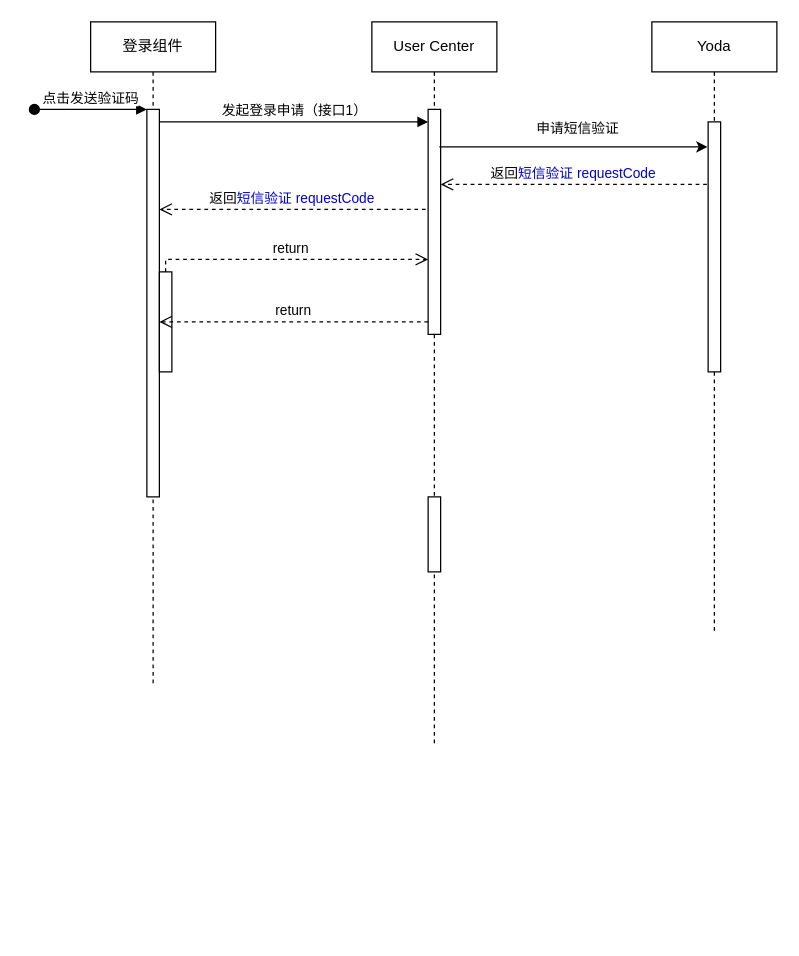
Above: src/未命名绘图.drawio in zhengjiaqi/draw (draw.io), before the change. Source tidied: cells renumbered, new cells numbered last; positions are measured from the earlier drawing's top-left corner, leaving out a move shared by most shapes. Both pictures are drawn from the tidied source at 125%, with x=0, y=0 at pixel (34, 21).
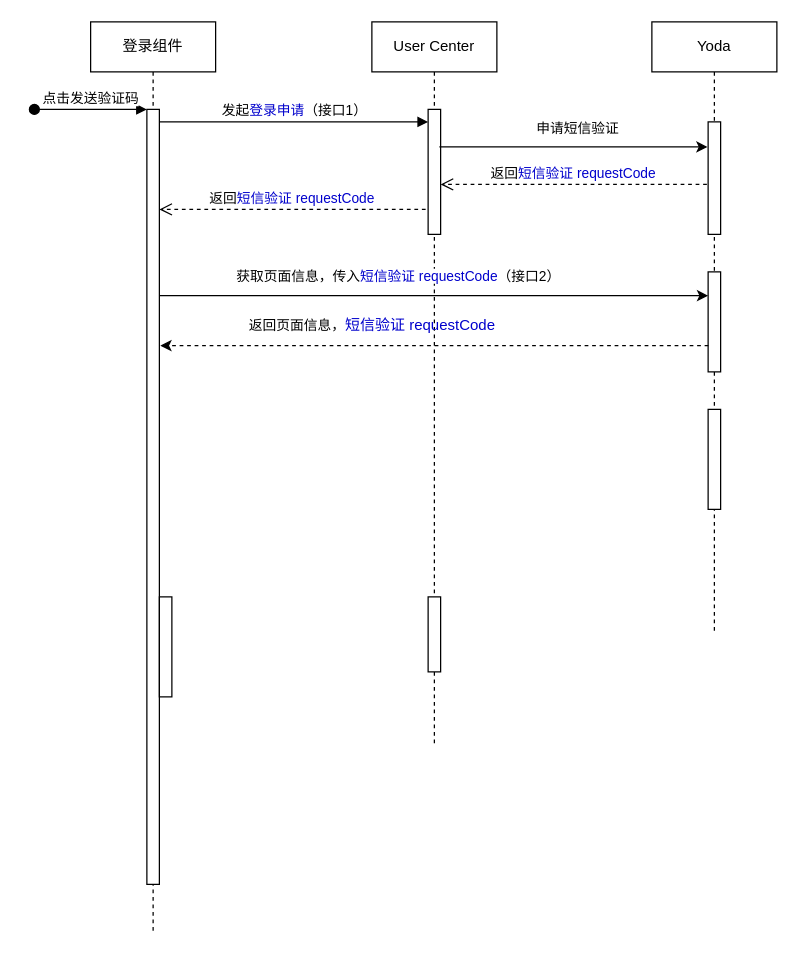
After the change.

Commit message:
更新未命名绘图.drawio

Unchanged cells that the change refers to:
```xml
<mxCell id="6" value="User Center" style="shape=umlLifeline;perimeter=lifelinePerimeter;whiteSpace=wrap;html=1;newEdgeStyle={&quot;edgeStyle&quot;:&quot;elbowEdgeStyle&quot;,&quot;elbow&quot;:&quot;vertical&quot;,&quot;curved&quot;:0,&quot;rounded&quot;:0};" parent="1" vertex="1">
  <mxGeometry x="270" width="100" height="580" as="geometry" />
</mxCell>
<mxCell id="12" value="Yoda" style="shape=umlLifeline;perimeter=lifelinePerimeter;whiteSpace=wrap;html=1;newEdgeStyle={&quot;edgeStyle&quot;:&quot;elbowEdgeStyle&quot;,&quot;elbow&quot;:&quot;vertical&quot;,&quot;curved&quot;:0,&quot;rounded&quot;:0};" parent="1" vertex="1">
  <mxGeometry x="494" width="100" height="490" as="geometry" />
</mxCell>
```

Change to the diagram source:
```diff
@@
     <mxCell id="2" value="登录组件" style="shape=umlLifeline;perimeter=lifelinePerimeter;whiteSpace=wrap;html=1;newEdgeStyle={&quot;edgeStyle&quot;:&quot;elbowEdgeStyle&quot;,&quot;elbow&quot;:&quot;vertical&quot;,&quot;curved&quot;:0,&quot;rounded&quot;:0};" parent="1" vertex="1">
-      <mxGeometry x="45" width="100" height="530" as="geometry" />
+      <mxGeometry x="45" width="100" height="730" as="geometry" />
     </mxCell>
     <mxCell id="3" style="html=1;points=[];perimeter=orthogonalPerimeter;outlineConnect=0;targetShapes=umlLifeline;portConstraint=eastwest;newEdgeStyle={&quot;edgeStyle&quot;:&quot;elbowEdgeStyle&quot;,&quot;elbow&quot;:&quot;vertical&quot;,&quot;curved&quot;:0,&quot;rounded&quot;:0};" parent="2" vertex="1">
-      <mxGeometry x="45" y="70" width="10" height="310" as="geometry" />
+      <mxGeometry x="45" y="70" width="10" height="620" as="geometry" />
     </mxCell>
@@
     <mxCell id="5" style="html=1;points=[];perimeter=orthogonalPerimeter;outlineConnect=0;targetShapes=umlLifeline;portConstraint=eastwest;newEdgeStyle={&quot;edgeStyle&quot;:&quot;elbowEdgeStyle&quot;,&quot;elbow&quot;:&quot;vertical&quot;,&quot;curved&quot;:0,&quot;rounded&quot;:0};" parent="2" vertex="1">
-      <mxGeometry x="55" y="200" width="10" height="80" as="geometry" />
+      <mxGeometry x="55" y="460" width="10" height="80" as="geometry" />
     </mxCell>
@@
     <mxCell id="7" style="html=1;points=[];perimeter=orthogonalPerimeter;outlineConnect=0;targetShapes=umlLifeline;portConstraint=eastwest;newEdgeStyle={&quot;edgeStyle&quot;:&quot;elbowEdgeStyle&quot;,&quot;elbow&quot;:&quot;vertical&quot;,&quot;curved&quot;:0,&quot;rounded&quot;:0};" parent="6" vertex="1">
-      <mxGeometry x="45" y="70" width="10" height="180" as="geometry" />
+      <mxGeometry x="45" y="70" width="10" height="100" as="geometry" />
     </mxCell>
     <mxCell id="8" style="html=1;perimeter=orthogonalPerimeter;targetShapes=umlLifeline;newEdgeStyle={&quot;edgeStyle&quot;:&quot;elbowEdgeStyle&quot;,&quot;elbow&quot;:&quot;vertical&quot;,&quot;curved&quot;:0,&quot;rounded&quot;:0};" parent="6" vertex="1">
-      <mxGeometry x="45" y="380" width="10" height="60" as="geometry" />
+      <mxGeometry x="45" y="460" width="10" height="60" as="geometry" />
     </mxCell>
-    <mxCell id="9" value="发起登录申请（接口1）" style="html=1;verticalAlign=bottom;endArrow=block;edgeStyle=elbowEdgeStyle;elbow=horizontal;curved=0;rounded=0;" parent="1" edge="1" source="3" target="7">
+    <mxCell id="9" value="发起&lt;font color=&quot;#0000cc&quot;&gt;登录申请&lt;/font&gt;（接口1）" style="html=1;verticalAlign=bottom;endArrow=block;edgeStyle=elbowEdgeStyle;elbow=horizontal;curved=0;rounded=0;" parent="1" edge="1" source="3" target="7">
       <mxGeometry relative="1" as="geometry">
         <Array as="points">
           <mxPoint x="185" y="80" />
         </Array>
       </mxGeometry>
     </mxCell>
-    <mxCell id="10" value="return" style="html=1;verticalAlign=bottom;endArrow=open;dashed=1;endSize=8;edgeStyle=elbowEdgeStyle;elbow=vertical;curved=0;rounded=0;" parent="1" edge="1" source="7" target="3">
-      <mxGeometry relative="1" as="geometry">
-        <Array as="points">
-          <mxPoint x="195" y="240" />
-        </Array>
-      </mxGeometry>
-    </mxCell>
-    <mxCell id="11" value="return" style="html=1;verticalAlign=bottom;endArrow=open;dashed=1;endSize=8;edgeStyle=elbowEdgeStyle;elbow=vertical;curved=0;rounded=0;" parent="1" edge="1" source="5" target="7">
-      <mxGeometry relative="1" as="geometry">
-        <Array as="points">
-          <mxPoint x="185" y="190" />
-        </Array>
-      </mxGeometry>
-    </mxCell>
@@
     <mxCell id="13" style="html=1;perimeter=orthogonalPerimeter;targetShapes=umlLifeline;newEdgeStyle={&quot;edgeStyle&quot;:&quot;elbowEdgeStyle&quot;,&quot;elbow&quot;:&quot;vertical&quot;,&quot;curved&quot;:0,&quot;rounded&quot;:0};" parent="12" vertex="1">
-      <mxGeometry x="45" y="80" width="10" height="200" as="geometry" />
+      <mxGeometry x="45" y="80" width="10" height="90" as="geometry" />
     </mxCell>
+    <mxCell id="18" style="html=1;perimeter=orthogonalPerimeter;targetShapes=umlLifeline;newEdgeStyle={&quot;edgeStyle&quot;:&quot;elbowEdgeStyle&quot;,&quot;elbow&quot;:&quot;vertical&quot;,&quot;curved&quot;:0,&quot;rounded&quot;:0};" parent="12" vertex="1">
+      <mxGeometry x="45" y="200" width="10" height="80" as="geometry" />
+    </mxCell>
+    <mxCell id="19" style="html=1;perimeter=orthogonalPerimeter;targetShapes=umlLifeline;newEdgeStyle={&quot;edgeStyle&quot;:&quot;elbowEdgeStyle&quot;,&quot;elbow&quot;:&quot;vertical&quot;,&quot;curved&quot;:0,&quot;rounded&quot;:0};" parent="12" vertex="1">
+      <mxGeometry x="45" y="310" width="10" height="80" as="geometry" />
+    </mxCell>
@@
+    <mxCell id="20" value="&lt;span style=&quot;color: rgb(0, 0, 0); font-family: Helvetica; font-size: 11px; font-style: normal; font-variant-ligatures: normal; font-variant-caps: normal; font-weight: 400; letter-spacing: normal; orphans: 2; text-align: center; text-indent: 0px; text-transform: none; widows: 2; word-spacing: 0px; -webkit-text-stroke-width: 0px; background-color: rgb(255, 255, 255); text-decoration-thickness: initial; text-decoration-style: initial; text-decoration-color: initial; float: none; display: inline !important;&quot;&gt;获取页面信息，传入&lt;font style=&quot;border-color: var(--border-color);&quot; color=&quot;#0000cc&quot;&gt;短信验证&amp;nbsp;requestCode&lt;/font&gt;&lt;/span&gt;&lt;span style=&quot;color: rgb(0, 0, 0); font-family: Helvetica; font-size: 11px; font-style: normal; font-variant-ligatures: normal; font-variant-caps: normal; font-weight: 400; letter-spacing: normal; orphans: 2; text-align: center; text-indent: 0px; text-transform: none; widows: 2; word-spacing: 0px; -webkit-text-stroke-width: 0px; background-color: rgb(255, 255, 255); text-decoration-thickness: initial; text-decoration-style: initial; text-decoration-color: initial; float: none; display: inline !important;&quot;&gt;（接口2）&lt;/span&gt;" style="text;whiteSpace=wrap;html=1;" parent="1" vertex="1">
+      <mxGeometry x="160" y="190" width="340" height="20" as="geometry" />
+    </mxCell>
+    <mxCell id="21" style="edgeStyle=elbowEdgeStyle;rounded=0;orthogonalLoop=1;jettySize=auto;html=1;elbow=vertical;curved=0;entryX=0;entryY=0.167;entryDx=0;entryDy=0;entryPerimeter=0;" parent="1" edge="1">
+      <mxGeometry relative="1" as="geometry">
+        <mxPoint x="100" y="219" as="sourcePoint" />
+        <mxPoint x="539" y="219.4" as="targetPoint" />
+      </mxGeometry>
+    </mxCell>
+    <mxCell id="22" style="edgeStyle=elbowEdgeStyle;rounded=0;orthogonalLoop=1;jettySize=auto;html=1;elbow=vertical;curved=0;dashed=1;" parent="1" edge="1">
+      <mxGeometry relative="1" as="geometry">
+        <mxPoint x="539.2" y="259" as="sourcePoint" />
+        <mxPoint x="100.8" y="259" as="targetPoint" />
+      </mxGeometry>
+    </mxCell>
+    <mxCell id="23" value="&lt;span style=&quot;color: rgb(0, 0, 0); font-family: Helvetica; font-size: 11px; font-style: normal; font-variant-ligatures: normal; font-variant-caps: normal; font-weight: 400; letter-spacing: normal; orphans: 2; text-align: center; text-indent: 0px; text-transform: none; widows: 2; word-spacing: 0px; -webkit-text-stroke-width: 0px; background-color: rgb(255, 255, 255); text-decoration-thickness: initial; text-decoration-style: initial; text-decoration-color: initial; float: none; display: inline !important;&quot;&gt;返回页面信息，&lt;/span&gt;&lt;font color=&quot;#0000cc&quot;&gt;短信验证&amp;nbsp;requestCode&lt;/font&gt;" style="text;whiteSpace=wrap;html=1;" parent="1" vertex="1">
+      <mxGeometry x="170" y="229" width="340" height="20" as="geometry" />
+    </mxCell>
```
